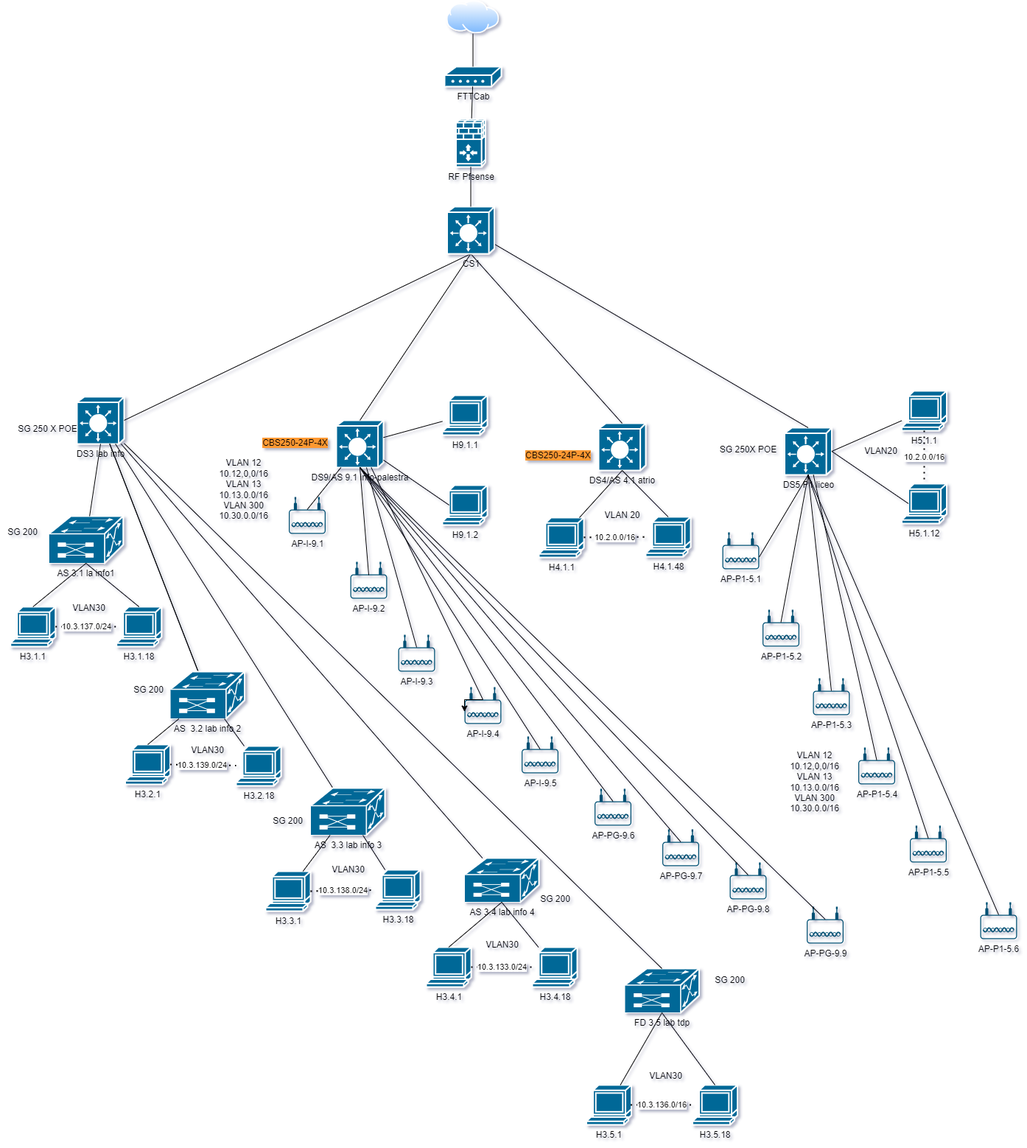
Earlier version of the draw.io export img/ap.drawio.png (sebastianomelita/ArduinoBareMetal). Source tidied: cells renumbered, new cells last; positions are measured from the earlier drawing's top-left corner, leaving out a move shared by most shapes.
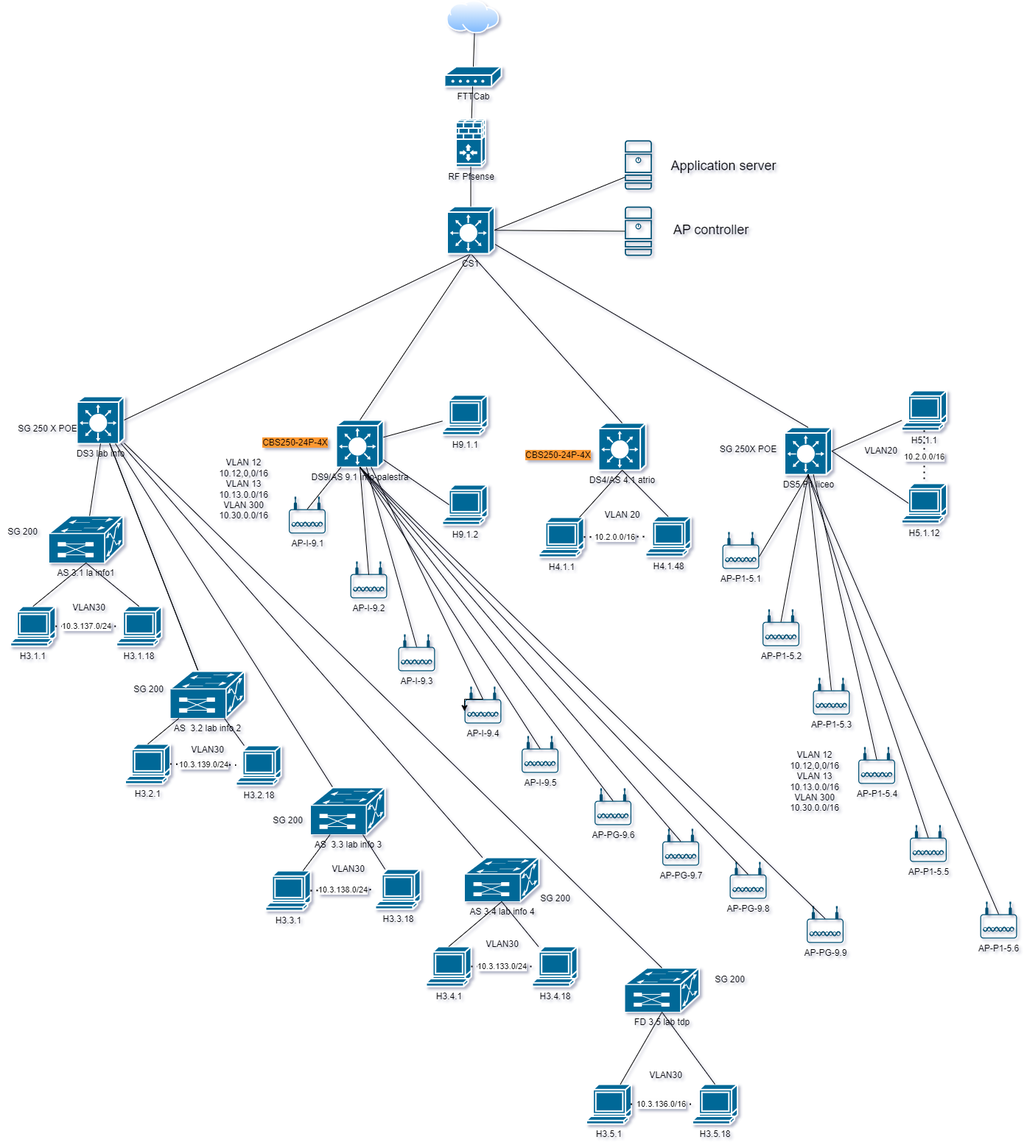
The same diagram one commit later.

Diff of the diagram source:
```diff
@@ -352,5 +352,23 @@
     <mxCell id="116" style="endArrow=none;html=1;rounded=0;" parent="1" edge="1" source="115" target="110">
       <mxGeometry relative="1" as="geometry" />
     </mxCell>
+    <mxCell id="117" style="sketch=0;points=[[0.015,0.015,0],[0.985,0.015,0],[0.985,0.985,0],[0.015,0.985,0],[0.25,0,0],[0.5,0,0],[0.75,0,0],[1,0.25,0],[1,0.5,0],[1,0.75,0],[0.75,1,0],[0.5,1,0],[0.25,1,0],[0,0.75,0],[0,0.5,0],[0,0.25,0]];verticalLabelPosition=bottom;html=1;verticalAlign=top;align=center;shape=mxgraph.cisco19.server;fillColor=#005073;strokeColor=none;" parent="1" vertex="1">
+      <mxGeometry x="847.5" y="280" width="36.9" height="67" as="geometry" />
+    </mxCell>
+    <mxCell id="118" style="endArrow=none;html=1;rounded=0;exitX=0;exitY=0.5;exitDx=0;exitDy=0;exitPerimeter=0;" parent="1" edge="1" source="117" target="115">
+      <mxGeometry relative="1" as="geometry" />
+    </mxCell>
+    <mxCell id="119" value="&lt;font style=&quot;font-size: 18px;&quot;&gt;AP controller&lt;/font&gt;" style="text;strokeColor=none;align=center;fillColor=none;html=1;verticalAlign=middle;whiteSpace=wrap;rounded=0;" parent="1" vertex="1">
+      <mxGeometry x="894.5" y="297" width="140" height="30" as="geometry" />
+    </mxCell>
+    <mxCell id="120" style="sketch=0;points=[[0.015,0.015,0],[0.985,0.015,0],[0.985,0.985,0],[0.015,0.985,0],[0.25,0,0],[0.5,0,0],[0.75,0,0],[1,0.25,0],[1,0.5,0],[1,0.75,0],[0.75,1,0],[0.5,1,0],[0.25,1,0],[0,0.75,0],[0,0.5,0],[0,0.25,0]];verticalLabelPosition=bottom;html=1;verticalAlign=top;align=center;shape=mxgraph.cisco19.server;fillColor=#005073;strokeColor=none;" parent="1" vertex="1">
+      <mxGeometry x="847.5" y="190" width="36.9" height="67" as="geometry" />
+    </mxCell>
+    <mxCell id="121" value="&lt;font style=&quot;font-size: 18px;&quot;&gt;Application server&lt;/font&gt;" style="text;strokeColor=none;align=center;fillColor=none;html=1;verticalAlign=middle;whiteSpace=wrap;rounded=0;" parent="1" vertex="1">
+      <mxGeometry x="894.5" y="210" width="175.5" height="30" as="geometry" />
+    </mxCell>
+    <mxCell id="122" style="endArrow=none;html=1;rounded=0;exitX=1;exitY=0.5;exitDx=0;exitDy=0;exitPerimeter=0;entryX=0;entryY=0.75;entryDx=0;entryDy=0;entryPerimeter=0;" parent="1" edge="1" source="115" target="120">
+      <mxGeometry relative="1" as="geometry" />
+    </mxCell>
   </root>
 </mxGraphModel>
```
